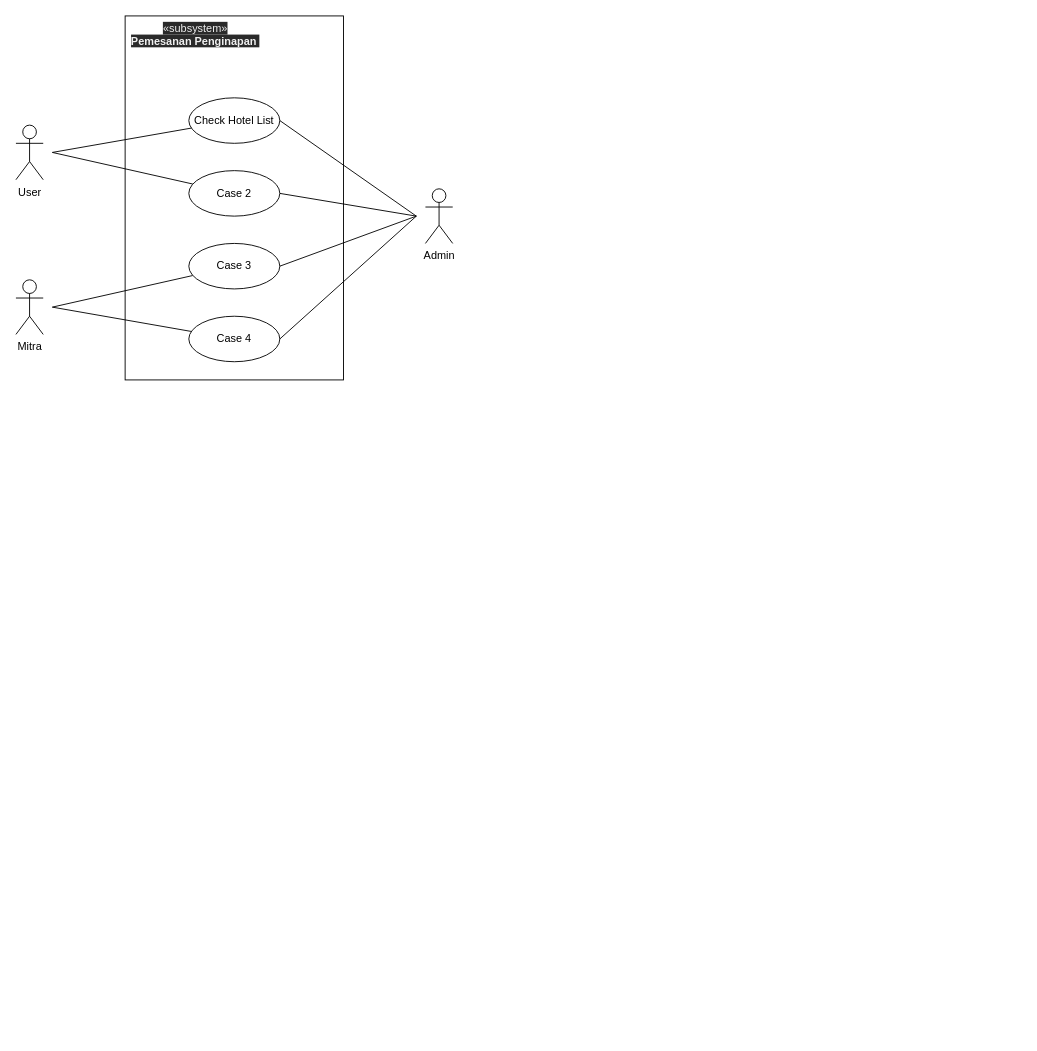
Before: page "Use Case Diagram" (3 of 5) of src/info/Details.drawio in Thomassantosa/TubesPBO, a draw.io diagram. Source tidied: cells renumbered, new cells numbered last; positions are measured from the earlier drawing's top-left corner, leaving out a move shared by most shapes. Both pictures are drawn from the tidied source at 91%, with x=0, y=0 at pixel (15, 15).
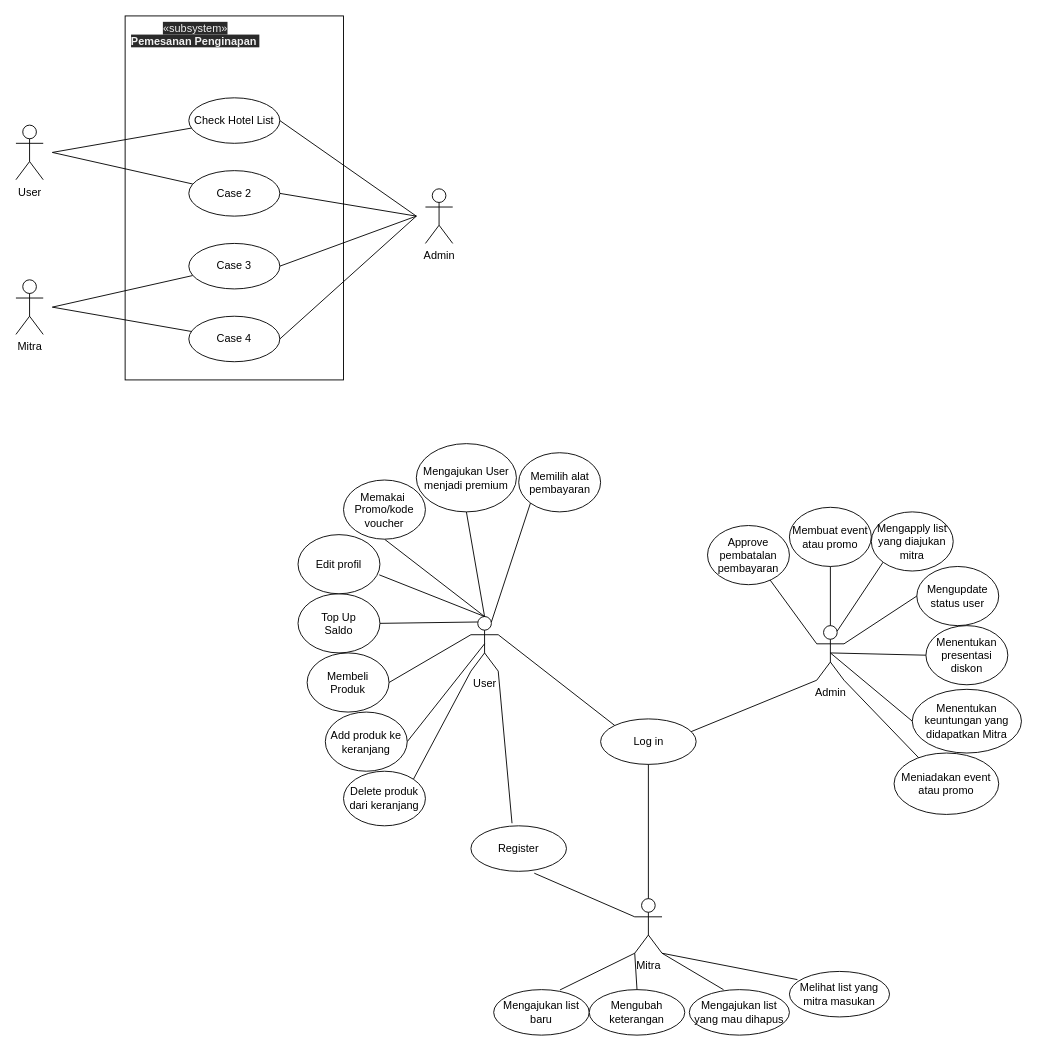
Above is the later version.

Commit message:
Use case diagram

Diff of the diagram source:
```diff
@@
+    <mxCell id="19" value="User" style="shape=umlActor;verticalLabelPosition=bottom;verticalAlign=top;html=1;outlineConnect=0;" parent="1" vertex="1">
+      <mxGeometry x="500" y="660" width="30" height="60" as="geometry" />
+    </mxCell>
+    <mxCell id="20" value="Delete produk dari keranjang" style="ellipse;whiteSpace=wrap;html=1;" parent="1" vertex="1">
+      <mxGeometry x="360" y="830" width="90" height="60" as="geometry" />
+    </mxCell>
+    <mxCell id="21" style="endArrow=none;html=1;exitX=1;exitY=0;exitDx=0;exitDy=0;entryX=0;entryY=1;entryDx=0;entryDy=0;entryPerimeter=0;" parent="1" edge="1" source="20" target="19">
+      <mxGeometry relative="1" as="geometry" />
+    </mxCell>
+    <mxCell id="22" style="endArrow=none;html=1;exitX=1;exitY=0.5;exitDx=0;exitDy=0;entryX=0.5;entryY=0.5;entryDx=0;entryDy=0;entryPerimeter=0;" parent="1" edge="1" source="23" target="19">
+      <mxGeometry relative="1" as="geometry" />
+    </mxCell>
+    <mxCell id="23" value="Add produk ke keranjang" style="ellipse;whiteSpace=wrap;html=1;" parent="1" vertex="1">
+      <mxGeometry x="340" y="765" width="90" height="65" as="geometry" />
+    </mxCell>
+    <mxCell id="24" value="Admin" style="shape=umlActor;verticalLabelPosition=bottom;verticalAlign=top;html=1;outlineConnect=0;" parent="1" vertex="1">
+      <mxGeometry x="880" y="670" width="30" height="60" as="geometry" />
+    </mxCell>
+    <mxCell id="25" value="Mitra" style="shape=umlActor;verticalLabelPosition=bottom;verticalAlign=top;html=1;outlineConnect=0;" parent="1" vertex="1">
+      <mxGeometry x="680" y="970" width="30" height="60" as="geometry" />
+    </mxCell>
+    <mxCell id="26" value="Log in" style="ellipse;whiteSpace=wrap;html=1;" parent="1" vertex="1">
+      <mxGeometry x="642.5" y="772.5" width="105" height="50" as="geometry" />
+    </mxCell>
+    <mxCell id="27" style="endArrow=none;html=1;exitX=0;exitY=0;exitDx=0;exitDy=0;entryX=1;entryY=0.3333333333333333;entryDx=0;entryDy=0;entryPerimeter=0;" parent="1" edge="1" source="26" target="19">
+      <mxGeometry relative="1" as="geometry" />
+    </mxCell>
+    <mxCell id="28" style="endArrow=none;html=1;exitX=0.948;exitY=0.28;exitDx=0;exitDy=0;entryX=0;entryY=1;entryDx=0;entryDy=0;entryPerimeter=0;exitPerimeter=0;" parent="1" edge="1" source="26" target="24">
+      <mxGeometry relative="1" as="geometry" />
+    </mxCell>
+    <mxCell id="29" style="endArrow=none;html=1;exitX=0.5;exitY=1;exitDx=0;exitDy=0;entryX=0.5;entryY=0;entryDx=0;entryDy=0;entryPerimeter=0;" parent="1" edge="1" source="26" target="25">
+      <mxGeometry relative="1" as="geometry" />
+    </mxCell>
+    <mxCell id="30" style="endArrow=none;html=1;entryX=0;entryY=0.3333333333333333;entryDx=0;entryDy=0;entryPerimeter=0;exitX=1;exitY=0.5;exitDx=0;exitDy=0;" parent="1" edge="1" source="31" target="19">
+      <mxGeometry relative="1" as="geometry" />
+    </mxCell>
+    <mxCell id="31" value="Membeli&lt;br&gt;Produk" style="ellipse;whiteSpace=wrap;html=1;" parent="1" vertex="1">
+      <mxGeometry x="320" y="700" width="90" height="65" as="geometry" />
+    </mxCell>
+    <mxCell id="32" style="endArrow=none;html=1;entryX=0.25;entryY=0.1;entryDx=0;entryDy=0;entryPerimeter=0;exitX=1;exitY=0.5;exitDx=0;exitDy=0;" parent="1" edge="1" source="33" target="19">
+      <mxGeometry relative="1" as="geometry" />
+    </mxCell>
+    <mxCell id="33" value="Top Up&lt;br&gt;Saldo" style="ellipse;whiteSpace=wrap;html=1;" parent="1" vertex="1">
+      <mxGeometry x="310" y="635" width="90" height="65" as="geometry" />
+    </mxCell>
+    <mxCell id="34" style="endArrow=none;html=1;entryX=0.5;entryY=0;entryDx=0;entryDy=0;entryPerimeter=0;exitX=0.992;exitY=0.68;exitDx=0;exitDy=0;exitPerimeter=0;" parent="1" edge="1" source="35" target="19">
+      <mxGeometry relative="1" as="geometry" />
+    </mxCell>
+    <mxCell id="35" value="Edit profil" style="ellipse;whiteSpace=wrap;html=1;" parent="1" vertex="1">
+      <mxGeometry x="310" y="570" width="90" height="65" as="geometry" />
+    </mxCell>
+    <mxCell id="36" style="endArrow=none;html=1;entryX=0.5;entryY=0;entryDx=0;entryDy=0;entryPerimeter=0;exitX=0.5;exitY=1;exitDx=0;exitDy=0;" parent="1" edge="1" source="37" target="19">
+      <mxGeometry relative="1" as="geometry" />
+    </mxCell>
+    <mxCell id="37" value="Memakai&amp;nbsp;&lt;br&gt;Promo/kode voucher" style="ellipse;whiteSpace=wrap;html=1;" parent="1" vertex="1">
+      <mxGeometry x="360" y="510" width="90" height="65" as="geometry" />
+    </mxCell>
+    <mxCell id="38" style="endArrow=none;html=1;exitX=0.5;exitY=1;exitDx=0;exitDy=0;entryX=0.5;entryY=0;entryDx=0;entryDy=0;entryPerimeter=0;" parent="1" edge="1" source="39" target="19">
+      <mxGeometry relative="1" as="geometry" />
+    </mxCell>
+    <mxCell id="39" value="Mengajukan User menjadi premium" style="ellipse;whiteSpace=wrap;html=1;" parent="1" vertex="1">
+      <mxGeometry x="440" y="470" width="110" height="75" as="geometry" />
+    </mxCell>
+    <mxCell id="40" value="Memilih alat pembayaran" style="ellipse;whiteSpace=wrap;html=1;" parent="1" vertex="1">
+      <mxGeometry x="552.5" y="480" width="90" height="65" as="geometry" />
+    </mxCell>
+    <mxCell id="41" style="endArrow=none;html=1;entryX=0.75;entryY=0.1;entryDx=0;entryDy=0;entryPerimeter=0;exitX=0;exitY=1;exitDx=0;exitDy=0;" parent="1" edge="1" source="40" target="19">
+      <mxGeometry relative="1" as="geometry" />
+    </mxCell>
+    <mxCell id="42" value="Register" style="ellipse;whiteSpace=wrap;html=1;" parent="1" vertex="1">
+      <mxGeometry x="500" y="890" width="105" height="50" as="geometry" />
+    </mxCell>
+    <mxCell id="43" style="endArrow=none;html=1;exitX=0.43;exitY=-0.057;exitDx=0;exitDy=0;entryX=1;entryY=1;entryDx=0;entryDy=0;entryPerimeter=0;exitPerimeter=0;" parent="1" edge="1" source="42" target="19">
+      <mxGeometry relative="1" as="geometry" />
+    </mxCell>
+    <mxCell id="44" style="endArrow=none;html=1;exitX=0.663;exitY=1.041;exitDx=0;exitDy=0;entryX=0;entryY=0.3333333333333333;entryDx=0;entryDy=0;entryPerimeter=0;exitPerimeter=0;" parent="1" edge="1" source="42" target="25">
+      <mxGeometry relative="1" as="geometry" />
+    </mxCell>
+    <mxCell id="45" style="endArrow=none;html=1;exitX=0.693;exitY=0.008;exitDx=0;exitDy=0;exitPerimeter=0;entryX=0;entryY=1;entryDx=0;entryDy=0;entryPerimeter=0;" parent="1" edge="1" source="46" target="25">
+      <mxGeometry relative="1" as="geometry" />
+    </mxCell>
+    <mxCell id="46" value="Mengajukan list baru" style="ellipse;whiteSpace=wrap;html=1;" parent="1" vertex="1">
+      <mxGeometry x="525" y="1070" width="105" height="50" as="geometry" />
+    </mxCell>
+    <mxCell id="47" style="endArrow=none;html=1;entryX=0;entryY=1;entryDx=0;entryDy=0;entryPerimeter=0;exitX=0.5;exitY=0;exitDx=0;exitDy=0;" parent="1" edge="1" source="48" target="25">
+      <mxGeometry relative="1" as="geometry" />
+    </mxCell>
+    <mxCell id="48" value="Mengubah keterangan" style="ellipse;whiteSpace=wrap;html=1;" parent="1" vertex="1">
+      <mxGeometry x="630" y="1070" width="105" height="50" as="geometry" />
+    </mxCell>
+    <mxCell id="49" style="endArrow=none;html=1;entryX=1;entryY=1;entryDx=0;entryDy=0;entryPerimeter=0;exitX=0.342;exitY=0.002;exitDx=0;exitDy=0;exitPerimeter=0;" parent="1" edge="1" source="50" target="25">
+      <mxGeometry relative="1" as="geometry" />
+    </mxCell>
+    <mxCell id="50" value="Mengajukan list yang mau dihapus" style="ellipse;whiteSpace=wrap;html=1;" parent="1" vertex="1">
+      <mxGeometry x="740" y="1070" width="110" height="50" as="geometry" />
+    </mxCell>
+    <mxCell id="51" value="Approve&lt;br&gt;pembatalan&lt;br&gt;pembayaran" style="ellipse;whiteSpace=wrap;html=1;" parent="1" vertex="1">
+      <mxGeometry x="760" y="560" width="90" height="65" as="geometry" />
+    </mxCell>
+    <mxCell id="52" style="endArrow=none;html=1;entryX=0;entryY=0.3333333333333333;entryDx=0;entryDy=0;entryPerimeter=0;exitX=0.765;exitY=0.923;exitDx=0;exitDy=0;exitPerimeter=0;" parent="1" edge="1" source="51" target="24">
+      <mxGeometry relative="1" as="geometry" />
+    </mxCell>
+    <mxCell id="53" style="endArrow=none;html=1;entryX=0.5;entryY=0;entryDx=0;entryDy=0;entryPerimeter=0;exitX=0.5;exitY=1;exitDx=0;exitDy=0;" parent="1" edge="1" source="54" target="24">
+      <mxGeometry relative="1" as="geometry" />
+    </mxCell>
+    <mxCell id="54" value="Membuat event atau promo" style="ellipse;whiteSpace=wrap;html=1;" parent="1" vertex="1">
+      <mxGeometry x="850" y="540" width="90" height="65" as="geometry" />
+    </mxCell>
+    <mxCell id="55" style="endArrow=none;html=1;entryX=0.75;entryY=0.1;entryDx=0;entryDy=0;entryPerimeter=0;exitX=0;exitY=1;exitDx=0;exitDy=0;" parent="1" edge="1" source="56" target="24">
+      <mxGeometry relative="1" as="geometry" />
+    </mxCell>
+    <mxCell id="56" value="Mengapply list yang diajukan mitra" style="ellipse;whiteSpace=wrap;html=1;" parent="1" vertex="1">
+      <mxGeometry x="940" y="545" width="90" height="65" as="geometry" />
+    </mxCell>
+    <mxCell id="57" style="endArrow=none;html=1;entryX=1;entryY=0.3333333333333333;entryDx=0;entryDy=0;entryPerimeter=0;exitX=0;exitY=0.5;exitDx=0;exitDy=0;" parent="1" edge="1" source="58" target="24">
+      <mxGeometry relative="1" as="geometry" />
+    </mxCell>
+    <mxCell id="58" value="Mengupdate status user" style="ellipse;whiteSpace=wrap;html=1;" parent="1" vertex="1">
+      <mxGeometry x="990" y="605" width="90" height="65" as="geometry" />
+    </mxCell>
+    <mxCell id="59" style="endArrow=none;html=1;entryX=0.5;entryY=0.5;entryDx=0;entryDy=0;entryPerimeter=0;exitX=0;exitY=0.5;exitDx=0;exitDy=0;" parent="1" edge="1" source="60" target="24">
+      <mxGeometry relative="1" as="geometry" />
+    </mxCell>
+    <mxCell id="60" value="Menentukan presentasi diskon" style="ellipse;whiteSpace=wrap;html=1;" parent="1" vertex="1">
+      <mxGeometry x="1000" y="670" width="90" height="65" as="geometry" />
+    </mxCell>
+    <mxCell id="61" style="endArrow=none;html=1;entryX=0.5;entryY=0.5;entryDx=0;entryDy=0;entryPerimeter=0;exitX=0;exitY=0.5;exitDx=0;exitDy=0;" parent="1" edge="1" source="62" target="24">
+      <mxGeometry relative="1" as="geometry" />
+    </mxCell>
+    <mxCell id="62" value="Menentukan keuntungan yang didapatkan Mitra" style="ellipse;whiteSpace=wrap;html=1;" parent="1" vertex="1">
+      <mxGeometry x="985" y="740" width="120" height="70" as="geometry" />
+    </mxCell>
+    <mxCell id="63" style="endArrow=none;html=1;entryX=1;entryY=1;entryDx=0;entryDy=0;entryPerimeter=0;exitX=0.08;exitY=0.18;exitDx=0;exitDy=0;exitPerimeter=0;" parent="1" edge="1" source="64" target="25">
+      <mxGeometry relative="1" as="geometry" />
+    </mxCell>
+    <mxCell id="64" value="Melihat list yang mitra masukan" style="ellipse;whiteSpace=wrap;html=1;" parent="1" vertex="1">
+      <mxGeometry x="850" y="1050" width="110" height="50" as="geometry" />
+    </mxCell>
+    <mxCell id="65" style="endArrow=none;html=1;entryX=1;entryY=1;entryDx=0;entryDy=0;entryPerimeter=0;exitX=0.24;exitY=0.086;exitDx=0;exitDy=0;exitPerimeter=0;" parent="1" edge="1" source="66" target="24">
+      <mxGeometry relative="1" as="geometry" />
+    </mxCell>
+    <mxCell id="66" value="Meniadakan event atau promo" style="ellipse;whiteSpace=wrap;html=1;" parent="1" vertex="1">
+      <mxGeometry x="965" y="810" width="115" height="67.5" as="geometry" />
+    </mxCell>
```
